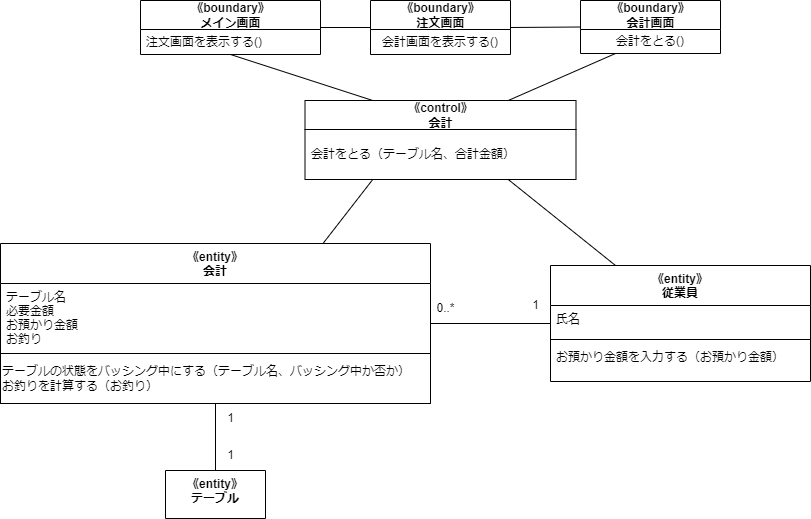
MasakiHiguchi/--- keeps this draw.io diagram as psp4/設計モデルのクラス/設計モデルクラス図_会計.drawio.png. Above is the earlier version. Source tidied: cells renumbered, new cells last; positions are measured from the earlier drawing's top-left corner, leaving out a move shared by most shapes. Source of this version:
```xml
<mxGraphModel>
  <root>
    <mxCell id="0" />
    <mxCell id="1" parent="0" />
    <mxCell id="2" style="edgeStyle=none;html=1;exitX=1;exitY=0.5;exitDx=0;exitDy=0;entryX=0;entryY=0.5;entryDx=0;entryDy=0;endArrow=none;endFill=0;" parent="1" edge="1" source="3" target="6">
      <mxGeometry relative="1" as="geometry" />
    </mxCell>
    <mxCell id="3" value="《boundary》&lt;br&gt;メイン画面" style="swimlane;fontStyle=1;align=center;verticalAlign=middle;horizontal=1;startSize=29;html=1;" parent="1" vertex="1">
      <mxGeometry x="140" width="180" height="54" as="geometry" />
    </mxCell>
    <mxCell id="4" value="注文画面を表示する()" style="text;html=1;strokeColor=none;fillColor=none;align=left;verticalAlign=middle;spacingLeft=4;spacingRight=4;overflow=hidden;" parent="3" vertex="1">
      <mxGeometry y="29" width="180" height="25" as="geometry" />
    </mxCell>
    <mxCell id="5" style="edgeStyle=none;html=1;exitX=1;exitY=0.5;exitDx=0;exitDy=0;entryX=0;entryY=0.5;entryDx=0;entryDy=0;endArrow=none;endFill=0;" parent="1" edge="1" source="6" target="23">
      <mxGeometry relative="1" as="geometry" />
    </mxCell>
    <mxCell id="6" value="《boundary》&lt;br&gt;注文画面" style="swimlane;fontStyle=1;align=center;verticalAlign=middle;horizontal=1;startSize=29;html=1;" parent="1" vertex="1">
      <mxGeometry x="370" width="140" height="54" as="geometry" />
    </mxCell>
    <mxCell id="7" value="会計画面を表示する()" style="text;html=1;strokeColor=none;fillColor=none;align=center;verticalAlign=middle;spacingLeft=4;spacingRight=4;overflow=hidden;" parent="6" vertex="1">
      <mxGeometry y="29" width="140" height="25" as="geometry" />
    </mxCell>
    <mxCell id="8" style="edgeStyle=none;html=1;exitX=0.25;exitY=0;exitDx=0;exitDy=0;entryX=0.5;entryY=1;entryDx=0;entryDy=0;endArrow=none;endFill=0;" parent="1" edge="1" source="10" target="3">
      <mxGeometry relative="1" as="geometry" />
    </mxCell>
    <mxCell id="9" style="edgeStyle=none;html=1;exitX=0.75;exitY=0;exitDx=0;exitDy=0;entryX=0.25;entryY=1;entryDx=0;entryDy=0;endArrow=none;endFill=0;" parent="1" edge="1" source="10" target="23">
      <mxGeometry relative="1" as="geometry" />
    </mxCell>
    <mxCell id="10" value="《control》&lt;br&gt;会計" style="swimlane;fontStyle=1;align=center;verticalAlign=middle;horizontal=1;startSize=29;html=1;" parent="1" vertex="1">
      <mxGeometry x="304.5" y="100" width="271" height="79" as="geometry" />
    </mxCell>
    <mxCell id="11" value="会計をとる（テーブル名、合計金額）" style="text;html=1;strokeColor=none;fillColor=none;align=left;verticalAlign=middle;spacingLeft=4;spacingRight=4;overflow=hidden;" parent="10" vertex="1">
      <mxGeometry y="29" width="271" height="50" as="geometry" />
    </mxCell>
    <mxCell id="12" style="edgeStyle=none;html=1;exitX=0.75;exitY=0;exitDx=0;exitDy=0;entryX=0.25;entryY=1;entryDx=0;entryDy=0;endArrow=none;endFill=0;" parent="1" edge="1" source="13" target="10">
      <mxGeometry relative="1" as="geometry" />
    </mxCell>
    <mxCell id="13" value="《entity》&#10;会計" style="swimlane;fontStyle=1;align=center;verticalAlign=top;horizontal=1;startSize=40;" parent="1" vertex="1">
      <mxGeometry y="243" width="430" height="160" as="geometry" />
    </mxCell>
    <mxCell id="14" value="テーブル名&#10;必要金額&#10;お預かり金額&#10;お釣り" style="text;strokeColor=none;fillColor=none;align=left;verticalAlign=top;spacingLeft=4;spacingRight=4;overflow=hidden;" parent="13" vertex="1">
      <mxGeometry y="40" width="430" height="70" as="geometry" />
    </mxCell>
    <mxCell id="15" style="swimlane;startSize=0;" parent="13" vertex="1">
      <mxGeometry y="110" width="430" height="50" as="geometry" />
    </mxCell>
    <mxCell id="16" value="テーブルの状態をバッシング中にする（テーブル名、バッシング中か否か）&lt;br&gt;お釣りを計算する（お釣り）" style="text;html=1;align=left;verticalAlign=middle;strokeColor=none;fillColor=none;" parent="15" vertex="1">
      <mxGeometry y="5" width="430" height="40" as="geometry" />
    </mxCell>
    <mxCell id="17" style="edgeStyle=none;html=1;exitX=0;exitY=0.5;exitDx=0;exitDy=0;entryX=1;entryY=0.5;entryDx=0;entryDy=0;endArrow=none;endFill=0;" parent="1" edge="1" source="19" target="13">
      <mxGeometry relative="1" as="geometry" />
    </mxCell>
    <mxCell id="18" style="edgeStyle=none;html=1;exitX=0.25;exitY=0;exitDx=0;exitDy=0;entryX=0.75;entryY=1;entryDx=0;entryDy=0;endArrow=none;endFill=0;" parent="1" edge="1" source="19" target="10">
      <mxGeometry relative="1" as="geometry" />
    </mxCell>
    <mxCell id="19" value="《entity》&#10;従業員" style="swimlane;fontStyle=1;align=center;verticalAlign=top;horizontal=1;startSize=40;" parent="1" vertex="1">
      <mxGeometry x="550" y="265" width="260" height="116" as="geometry" />
    </mxCell>
    <mxCell id="20" value="氏名" style="text;strokeColor=none;fillColor=none;align=left;verticalAlign=top;spacingLeft=4;spacingRight=4;overflow=hidden;" parent="19" vertex="1">
      <mxGeometry y="40" width="260" height="30" as="geometry" />
    </mxCell>
    <mxCell id="21" style="line;strokeWidth=1;fillColor=none;align=left;verticalAlign=middle;spacingTop=-1;spacingLeft=3;spacingRight=3;labelPosition=right;strokeColor=inherit;" parent="19" vertex="1">
      <mxGeometry y="70" width="260" height="8" as="geometry" />
    </mxCell>
    <mxCell id="22" value="お預かり金額を入力する（お預かり金額）" style="text;strokeColor=none;fillColor=none;align=left;verticalAlign=top;spacingLeft=4;spacingRight=4;overflow=hidden;" parent="19" vertex="1">
      <mxGeometry y="78" width="260" height="38" as="geometry" />
    </mxCell>
    <mxCell id="23" value="《boundary》&lt;br&gt;会計画面" style="swimlane;fontStyle=1;align=center;verticalAlign=middle;horizontal=1;startSize=29;html=1;" parent="1" vertex="1">
      <mxGeometry x="580" width="140" height="53" as="geometry" />
    </mxCell>
    <mxCell id="24" value="会計をとる()" style="text;html=1;strokeColor=none;fillColor=none;align=center;verticalAlign=middle;spacingLeft=4;spacingRight=4;overflow=hidden;" parent="23" vertex="1">
      <mxGeometry y="29" width="140" height="24" as="geometry" />
    </mxCell>
    <mxCell id="25" style="edgeStyle=none;html=1;exitX=0.5;exitY=0;exitDx=0;exitDy=0;entryX=0.5;entryY=1;entryDx=0;entryDy=0;endArrow=none;endFill=0;" parent="1" edge="1" source="26" target="13">
      <mxGeometry relative="1" as="geometry" />
    </mxCell>
    <mxCell id="26" value="《entity》&#10;テーブル" style="swimlane;fontStyle=1;align=center;verticalAlign=top;horizontal=1;startSize=48;" parent="1" vertex="1">
      <mxGeometry x="165" y="470" width="100" height="48" as="geometry" />
    </mxCell>
    <mxCell id="27" value="1" style="text;html=1;align=center;verticalAlign=middle;strokeColor=none;fillColor=none;" parent="1" vertex="1">
      <mxGeometry x="520" y="290" width="30" height="30" as="geometry" />
    </mxCell>
    <mxCell id="28" value="0..*" style="text;html=1;align=center;verticalAlign=middle;strokeColor=none;fillColor=none;" parent="1" vertex="1">
      <mxGeometry x="425" y="293" width="40" height="30" as="geometry" />
    </mxCell>
    <mxCell id="29" value="1" style="text;html=1;align=center;verticalAlign=middle;strokeColor=none;fillColor=none;" parent="1" vertex="1">
      <mxGeometry x="215" y="440" width="30" height="30" as="geometry" />
    </mxCell>
    <mxCell id="30" value="1" style="text;html=1;align=center;verticalAlign=middle;strokeColor=none;fillColor=none;" parent="1" vertex="1">
      <mxGeometry x="215" y="403" width="30" height="30" as="geometry" />
    </mxCell>
  </root>
</mxGraphModel>
```
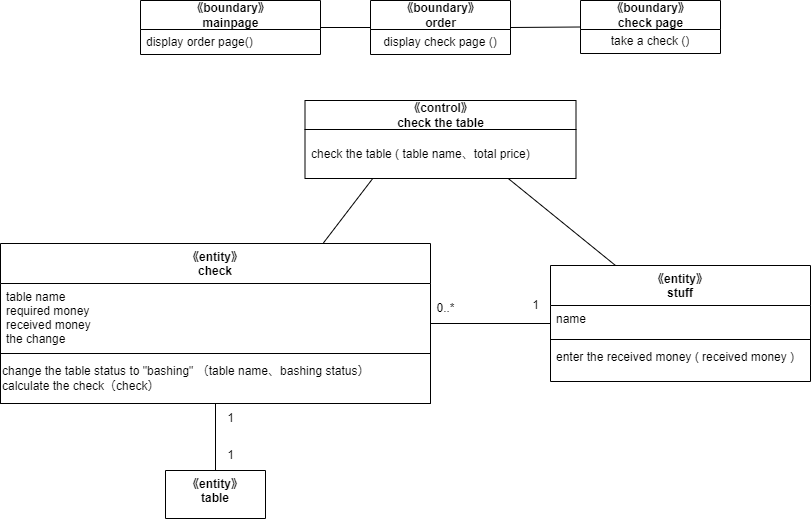
Above is the later version.

What changed in the source:
```diff
@@ -5,47 +5,41 @@
     <mxCell id="2" style="edgeStyle=none;html=1;exitX=1;exitY=0.5;exitDx=0;exitDy=0;entryX=0;entryY=0.5;entryDx=0;entryDy=0;endArrow=none;endFill=0;" parent="1" edge="1" source="3" target="6">
       <mxGeometry relative="1" as="geometry" />
     </mxCell>
-    <mxCell id="3" value="《boundary》&lt;br&gt;メイン画面" style="swimlane;fontStyle=1;align=center;verticalAlign=middle;horizontal=1;startSize=29;html=1;" parent="1" vertex="1">
+    <mxCell id="3" value="《boundary》&lt;br&gt;mainpage" style="swimlane;fontStyle=1;align=center;verticalAlign=middle;horizontal=1;startSize=29;html=1;" parent="1" vertex="1">
       <mxGeometry x="140" width="180" height="54" as="geometry" />
     </mxCell>
-    <mxCell id="4" value="注文画面を表示する()" style="text;html=1;strokeColor=none;fillColor=none;align=left;verticalAlign=middle;spacingLeft=4;spacingRight=4;overflow=hidden;" parent="3" vertex="1">
+    <mxCell id="4" value="display order page()" style="text;html=1;strokeColor=none;fillColor=none;align=left;verticalAlign=middle;spacingLeft=4;spacingRight=4;overflow=hidden;" parent="3" vertex="1">
       <mxGeometry y="29" width="180" height="25" as="geometry" />
     </mxCell>
     <mxCell id="5" style="edgeStyle=none;html=1;exitX=1;exitY=0.5;exitDx=0;exitDy=0;entryX=0;entryY=0.5;entryDx=0;entryDy=0;endArrow=none;endFill=0;" parent="1" edge="1" source="6" target="23">
       <mxGeometry relative="1" as="geometry" />
     </mxCell>
-    <mxCell id="6" value="《boundary》&lt;br&gt;注文画面" style="swimlane;fontStyle=1;align=center;verticalAlign=middle;horizontal=1;startSize=29;html=1;" parent="1" vertex="1">
+    <mxCell id="6" value="《boundary》&lt;br&gt;order" style="swimlane;fontStyle=1;align=center;verticalAlign=middle;horizontal=1;startSize=29;html=1;" parent="1" vertex="1">
       <mxGeometry x="370" width="140" height="54" as="geometry" />
     </mxCell>
-    <mxCell id="7" value="会計画面を表示する()" style="text;html=1;strokeColor=none;fillColor=none;align=center;verticalAlign=middle;spacingLeft=4;spacingRight=4;overflow=hidden;" parent="6" vertex="1">
+    <mxCell id="7" value="display check page ()" style="text;html=1;strokeColor=none;fillColor=none;align=center;verticalAlign=middle;spacingLeft=4;spacingRight=4;overflow=hidden;" parent="6" vertex="1">
       <mxGeometry y="29" width="140" height="25" as="geometry" />
     </mxCell>
-    <mxCell id="8" style="edgeStyle=none;html=1;exitX=0.25;exitY=0;exitDx=0;exitDy=0;entryX=0.5;entryY=1;entryDx=0;entryDy=0;endArrow=none;endFill=0;" parent="1" edge="1" source="10" target="3">
-      <mxGeometry relative="1" as="geometry" />
-    </mxCell>
-    <mxCell id="9" style="edgeStyle=none;html=1;exitX=0.75;exitY=0;exitDx=0;exitDy=0;entryX=0.25;entryY=1;entryDx=0;entryDy=0;endArrow=none;endFill=0;" parent="1" edge="1" source="10" target="23">
-      <mxGeometry relative="1" as="geometry" />
-    </mxCell>
-    <mxCell id="10" value="《control》&lt;br&gt;会計" style="swimlane;fontStyle=1;align=center;verticalAlign=middle;horizontal=1;startSize=29;html=1;" parent="1" vertex="1">
-      <mxGeometry x="304.5" y="100" width="271" height="79" as="geometry" />
+    <mxCell id="10" value="《control》&lt;br&gt;check the table" style="swimlane;fontStyle=1;align=center;verticalAlign=middle;horizontal=1;startSize=29;html=1;" parent="1" vertex="1">
+      <mxGeometry x="304.5" y="100" width="271" height="78" as="geometry" />
     </mxCell>
-    <mxCell id="11" value="会計をとる（テーブル名、合計金額）" style="text;html=1;strokeColor=none;fillColor=none;align=left;verticalAlign=middle;spacingLeft=4;spacingRight=4;overflow=hidden;" parent="10" vertex="1">
-      <mxGeometry y="29" width="271" height="50" as="geometry" />
+    <mxCell id="11" value="check the table ( table name、total price)&amp;nbsp;&amp;nbsp;" style="text;html=1;strokeColor=none;fillColor=none;align=left;verticalAlign=middle;spacingLeft=4;spacingRight=4;overflow=hidden;" parent="10" vertex="1">
+      <mxGeometry y="29" width="271" height="49" as="geometry" />
     </mxCell>
     <mxCell id="12" style="edgeStyle=none;html=1;exitX=0.75;exitY=0;exitDx=0;exitDy=0;entryX=0.25;entryY=1;entryDx=0;entryDy=0;endArrow=none;endFill=0;" parent="1" edge="1" source="13" target="10">
       <mxGeometry relative="1" as="geometry" />
     </mxCell>
-    <mxCell id="13" value="《entity》&#10;会計" style="swimlane;fontStyle=1;align=center;verticalAlign=top;horizontal=1;startSize=40;" parent="1" vertex="1">
+    <mxCell id="13" value="《entity》&#10;check" style="swimlane;fontStyle=1;align=center;verticalAlign=top;horizontal=1;startSize=40;" parent="1" vertex="1">
       <mxGeometry y="243" width="430" height="160" as="geometry" />
     </mxCell>
-    <mxCell id="14" value="テーブル名&#10;必要金額&#10;お預かり金額&#10;お釣り" style="text;strokeColor=none;fillColor=none;align=left;verticalAlign=top;spacingLeft=4;spacingRight=4;overflow=hidden;" parent="13" vertex="1">
+    <mxCell id="14" value="table name&#10;required money&#10;received money&#10;the change" style="text;strokeColor=none;fillColor=none;align=left;verticalAlign=top;spacingLeft=4;spacingRight=4;overflow=hidden;" parent="13" vertex="1">
       <mxGeometry y="40" width="430" height="70" as="geometry" />
     </mxCell>
     <mxCell id="15" style="swimlane;startSize=0;" parent="13" vertex="1">
       <mxGeometry y="110" width="430" height="50" as="geometry" />
     </mxCell>
-    <mxCell id="16" value="テーブルの状態をバッシング中にする（テーブル名、バッシング中か否か）&lt;br&gt;お釣りを計算する（お釣り）" style="text;html=1;align=left;verticalAlign=middle;strokeColor=none;fillColor=none;" parent="15" vertex="1">
-      <mxGeometry y="5" width="430" height="40" as="geometry" />
+    <mxCell id="16" value="change the table status to &quot;bashing&quot; （table name、bashing status）&lt;br&gt;calculate the check（check）" style="text;html=1;align=left;verticalAlign=middle;strokeColor=none;fillColor=none;" parent="15" vertex="1">
+      <mxGeometry y="5" width="390" height="40" as="geometry" />
     </mxCell>
     <mxCell id="17" style="edgeStyle=none;html=1;exitX=0;exitY=0.5;exitDx=0;exitDy=0;entryX=1;entryY=0.5;entryDx=0;entryDy=0;endArrow=none;endFill=0;" parent="1" edge="1" source="19" target="13">
       <mxGeometry relative="1" as="geometry" />
@@ -53,28 +47,28 @@
     <mxCell id="18" style="edgeStyle=none;html=1;exitX=0.25;exitY=0;exitDx=0;exitDy=0;entryX=0.75;entryY=1;entryDx=0;entryDy=0;endArrow=none;endFill=0;" parent="1" edge="1" source="19" target="10">
       <mxGeometry relative="1" as="geometry" />
     </mxCell>
-    <mxCell id="19" value="《entity》&#10;従業員" style="swimlane;fontStyle=1;align=center;verticalAlign=top;horizontal=1;startSize=40;" parent="1" vertex="1">
+    <mxCell id="19" value="《entity》&#10;stuff" style="swimlane;fontStyle=1;align=center;verticalAlign=top;horizontal=1;startSize=40;" parent="1" vertex="1">
       <mxGeometry x="550" y="265" width="260" height="116" as="geometry" />
     </mxCell>
-    <mxCell id="20" value="氏名" style="text;strokeColor=none;fillColor=none;align=left;verticalAlign=top;spacingLeft=4;spacingRight=4;overflow=hidden;" parent="19" vertex="1">
+    <mxCell id="20" value="name" style="text;strokeColor=none;fillColor=none;align=left;verticalAlign=top;spacingLeft=4;spacingRight=4;overflow=hidden;" parent="19" vertex="1">
       <mxGeometry y="40" width="260" height="30" as="geometry" />
     </mxCell>
     <mxCell id="21" style="line;strokeWidth=1;fillColor=none;align=left;verticalAlign=middle;spacingTop=-1;spacingLeft=3;spacingRight=3;labelPosition=right;strokeColor=inherit;" parent="19" vertex="1">
       <mxGeometry y="70" width="260" height="8" as="geometry" />
     </mxCell>
-    <mxCell id="22" value="お預かり金額を入力する（お預かり金額）" style="text;strokeColor=none;fillColor=none;align=left;verticalAlign=top;spacingLeft=4;spacingRight=4;overflow=hidden;" parent="19" vertex="1">
+    <mxCell id="22" value="enter the received money ( received money )" style="text;strokeColor=none;fillColor=none;align=left;verticalAlign=top;spacingLeft=4;spacingRight=4;overflow=hidden;" parent="19" vertex="1">
       <mxGeometry y="78" width="260" height="38" as="geometry" />
     </mxCell>
-    <mxCell id="23" value="《boundary》&lt;br&gt;会計画面" style="swimlane;fontStyle=1;align=center;verticalAlign=middle;horizontal=1;startSize=29;html=1;" parent="1" vertex="1">
+    <mxCell id="23" value="《boundary》&lt;br&gt;check page" style="swimlane;fontStyle=1;align=center;verticalAlign=middle;horizontal=1;startSize=29;html=1;" parent="1" vertex="1">
       <mxGeometry x="580" width="140" height="53" as="geometry" />
     </mxCell>
-    <mxCell id="24" value="会計をとる()" style="text;html=1;strokeColor=none;fillColor=none;align=center;verticalAlign=middle;spacingLeft=4;spacingRight=4;overflow=hidden;" parent="23" vertex="1">
+    <mxCell id="24" value="take a check ()" style="text;html=1;strokeColor=none;fillColor=none;align=center;verticalAlign=middle;spacingLeft=4;spacingRight=4;overflow=hidden;" parent="23" vertex="1">
       <mxGeometry y="29" width="140" height="24" as="geometry" />
     </mxCell>
     <mxCell id="25" style="edgeStyle=none;html=1;exitX=0.5;exitY=0;exitDx=0;exitDy=0;entryX=0.5;entryY=1;entryDx=0;entryDy=0;endArrow=none;endFill=0;" parent="1" edge="1" source="26" target="13">
       <mxGeometry relative="1" as="geometry" />
     </mxCell>
-    <mxCell id="26" value="《entity》&#10;テーブル" style="swimlane;fontStyle=1;align=center;verticalAlign=top;horizontal=1;startSize=48;" parent="1" vertex="1">
+    <mxCell id="26" value="《entity》&#10;table" style="swimlane;fontStyle=1;align=center;verticalAlign=top;horizontal=1;startSize=48;" parent="1" vertex="1">
       <mxGeometry x="165" y="470" width="100" height="48" as="geometry" />
     </mxCell>
     <mxCell id="27" value="1" style="text;html=1;align=center;verticalAlign=middle;strokeColor=none;fillColor=none;" parent="1" vertex="1">
```
